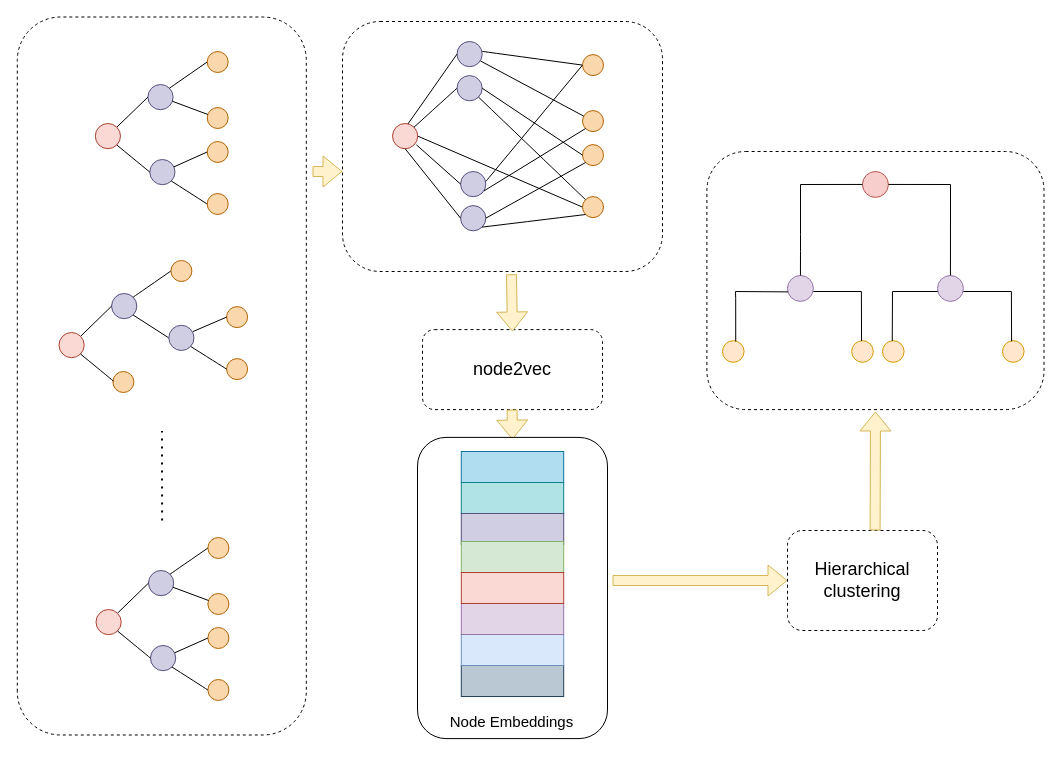
Before: page "Page-5" (5 of 6) of img/Diagram.drawio in habibsifat/ConsensusTree, a draw.io diagram. Source tidied: cells renumbered, new cells numbered last; positions are measured from the earlier drawing's top-left corner, leaving out a move shared by most shapes. Both pictures are drawn from the tidied source at 100%, with x=0, y=0 at pixel (-198, 21).
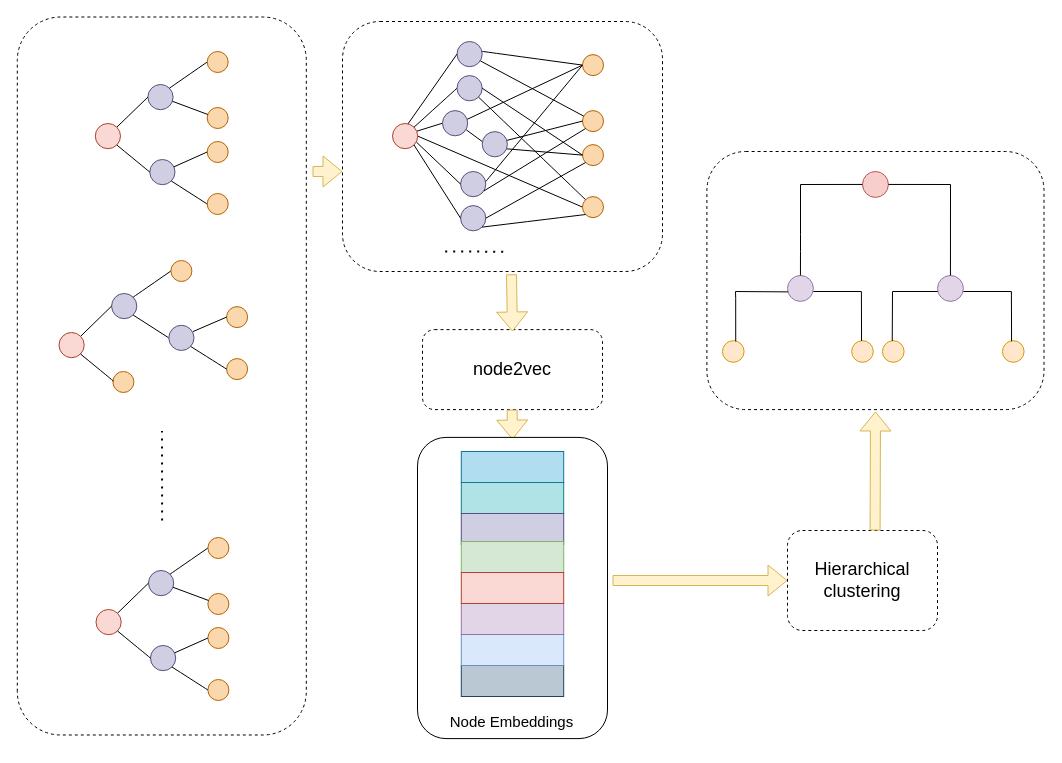
Above is the later version.

The change refers to these unchanged cells:
```xml
<mxCell id="55" style="group;" parent="1" vertex="1">
  <mxGeometry x="540" width="320" height="250" as="geometry" />
</mxCell>
<mxCell id="62" value="&lt;b&gt;&lt;br&gt;&lt;/b&gt;" style="ellipse;whiteSpace=wrap;html=1;fontSize=20;fillColor=#fad9d5;rotation=-90;strokeColor=#ae4132;" parent="55" vertex="1">
  <mxGeometry x="50" y="102" width="25.2" height="25.2" as="geometry" />
</mxCell>
<mxCell id="65" style="ellipse;whiteSpace=wrap;html=1;fontSize=20;rotation=-90;fillColor=#fad7ac;strokeColor=#b46504;" parent="55" vertex="1">
  <mxGeometry x="240" y="123.1" width="21" height="21" as="geometry" />
</mxCell>
<mxCell id="67" style="ellipse;whiteSpace=wrap;html=1;fontSize=20;rotation=-90;fillColor=#fad7ac;strokeColor=#b46504;" parent="55" vertex="1">
  <mxGeometry x="240" y="89.1" width="21" height="21" as="geometry" />
</mxCell>
<mxCell id="68" style="ellipse;whiteSpace=wrap;html=1;fontSize=20;rotation=-90;fillColor=#fad7ac;strokeColor=#b46504;" parent="55" vertex="1">
  <mxGeometry x="240" y="33.1" width="21" height="21" as="geometry" />
</mxCell>
<mxCell id="73" value="&lt;b&gt;&lt;br&gt;&lt;/b&gt;" style="ellipse;whiteSpace=wrap;html=1;fontSize=20;fillColor=#d0cee2;rotation=-90;strokeColor=#56517e;" parent="55" vertex="1">
  <mxGeometry x="118.1" y="184.1" width="25.2" height="25.2" as="geometry" />
</mxCell>
<mxCell id="74" value="&lt;b&gt;&lt;br&gt;&lt;/b&gt;" style="ellipse;whiteSpace=wrap;html=1;fontSize=20;fillColor=#d0cee2;rotation=-90;strokeColor=#56517e;" parent="55" vertex="1">
  <mxGeometry x="118.1" y="150" width="25.2" height="25.2" as="geometry" />
</mxCell>
```

The edit, as a diff of the source:
```diff
@@
+    <mxCell id="112" style="rounded=0;jettySize=auto;html=1;exitX=0.691;exitY=0.951;exitDx=0;exitDy=0;entryX=0.5;entryY=0;entryDx=0;entryDy=0;startArrow=none;startFill=0;endArrow=none;endFill=0;exitPerimeter=0;" parent="55" edge="1" source="62" target="115">
+      <mxGeometry relative="1" as="geometry" />
+    </mxCell>
@@
-    <mxCell id="75" style="endArrow=none;html=1;rounded=0;exitX=0.5;exitY=0;exitDx=0;exitDy=0;entryX=0.154;entryY=0.95;entryDx=0;entryDy=0;entryPerimeter=0;" parent="55" edge="1" source="74" target="62">
+    <mxCell id="75" style="endArrow=none;html=1;rounded=0;exitX=0.5;exitY=0;exitDx=0;exitDy=0;entryX=0.259;entryY=0.951;entryDx=0;entryDy=0;entryPerimeter=0;" parent="55" edge="1" source="74" target="62">
       <mxGeometry relative="1" as="geometry" />
     </mxCell>
-    <mxCell id="76" style="rounded=0;jettySize=auto;html=1;exitX=0;exitY=0.5;exitDx=0;exitDy=0;endArrow=none;endFill=0;entryX=0.5;entryY=0;entryDx=0;entryDy=0;" parent="55" edge="1" source="62" target="73">
+    <mxCell id="76" style="rounded=0;jettySize=auto;html=1;exitX=0;exitY=1;exitDx=0;exitDy=0;endArrow=none;endFill=0;entryX=0.5;entryY=0;entryDx=0;entryDy=0;" parent="55" edge="1" source="62" target="73">
       <mxGeometry relative="1" as="geometry" />
     </mxCell>
@@
+    <mxCell id="113" style="rounded=0;jettySize=auto;html=1;exitX=0.239;exitY=0.941;exitDx=0;exitDy=0;entryX=0.607;entryY=0;entryDx=0;entryDy=0;endArrow=none;endFill=0;exitPerimeter=0;entryPerimeter=0;" parent="55" edge="1" source="115" target="118">
+      <mxGeometry relative="1" as="geometry" />
+    </mxCell>
+    <mxCell id="114" style="rounded=0;jettySize=auto;html=1;exitX=0.567;exitY=0.794;exitDx=0;exitDy=0;entryX=0.5;entryY=0;entryDx=0;entryDy=0;endArrow=none;endFill=0;exitPerimeter=0;" parent="55" edge="1" source="115" target="68">
+      <mxGeometry relative="1" as="geometry" />
+    </mxCell>
+    <mxCell id="115" value="&lt;b&gt;&lt;br&gt;&lt;/b&gt;" style="ellipse;whiteSpace=wrap;html=1;fontSize=20;fillColor=#d0cee2;rotation=-90;strokeColor=#56517e;" parent="55" vertex="1">
+      <mxGeometry x="100" y="89.1" width="25.2" height="25.2" as="geometry" />
+    </mxCell>
+    <mxCell id="116" style="rounded=0;jettySize=auto;html=1;exitX=0.607;exitY=0.806;exitDx=0;exitDy=0;entryX=0.5;entryY=0;entryDx=0;entryDy=0;endArrow=none;endFill=0;exitPerimeter=0;" parent="55" edge="1" source="118" target="67">
+      <mxGeometry relative="1" as="geometry" />
+    </mxCell>
+    <mxCell id="117" style="rounded=0;jettySize=auto;html=1;exitX=0.315;exitY=0.984;exitDx=0;exitDy=0;entryX=0.5;entryY=0;entryDx=0;entryDy=0;endArrow=none;endFill=0;exitPerimeter=0;" parent="55" edge="1" source="118" target="65">
+      <mxGeometry relative="1" as="geometry" />
+    </mxCell>
+    <mxCell id="118" value="&lt;b&gt;&lt;br&gt;&lt;/b&gt;" style="ellipse;whiteSpace=wrap;html=1;fontSize=20;fillColor=#d0cee2;rotation=-90;strokeColor=#56517e;" parent="55" vertex="1">
+      <mxGeometry x="139.7" y="110.1" width="25.2" height="25.2" as="geometry" />
+    </mxCell>
+    <mxCell id="119" style="endArrow=none;dashed=1;html=1;dashPattern=1 3;strokeWidth=2;rounded=0;" parent="55" edge="1">
+      <mxGeometry relative="1" as="geometry">
+        <mxPoint x="160.7" y="230.2" as="sourcePoint" />
+        <mxPoint x="100.7" y="230" as="targetPoint" />
+      </mxGeometry>
+    </mxCell>
```
